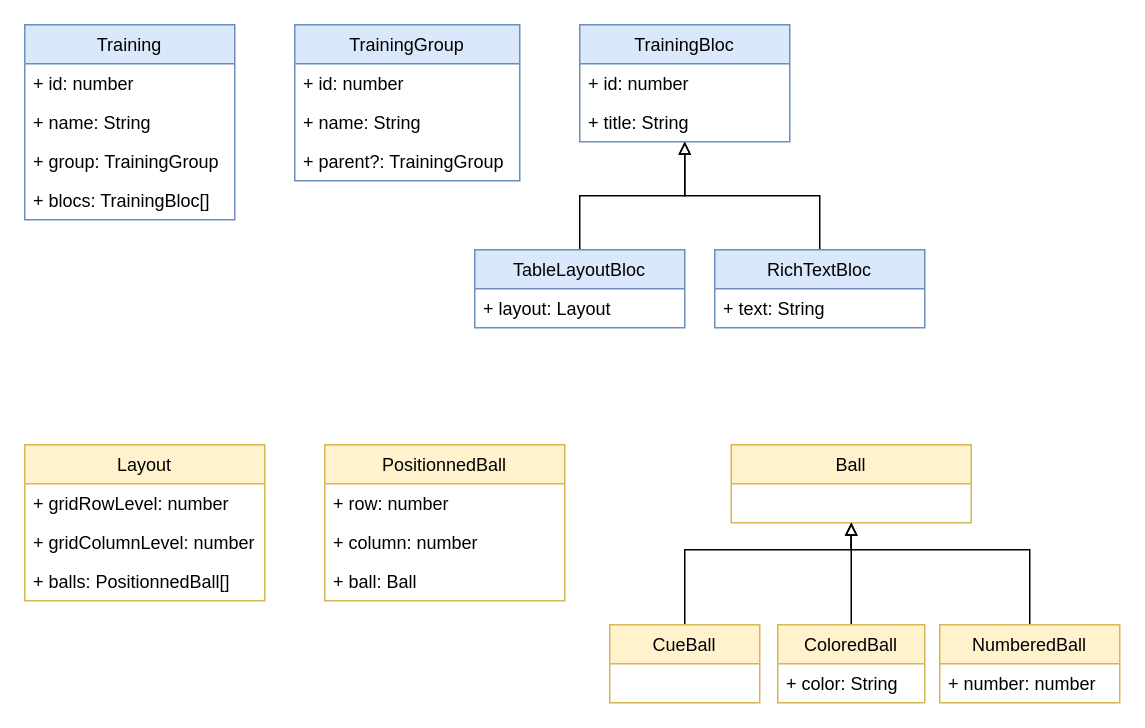
Before: project-resources/class-diagram.drawio in Jintus-live-projects/billard-training, a draw.io diagram. Source tidied: cells renumbered, new cells numbered last; positions are measured from the earlier drawing's top-left corner, leaving out a move shared by most shapes. Both pictures are drawn from the tidied source at 150%, with x=0, y=0 at pixel (24, 24).
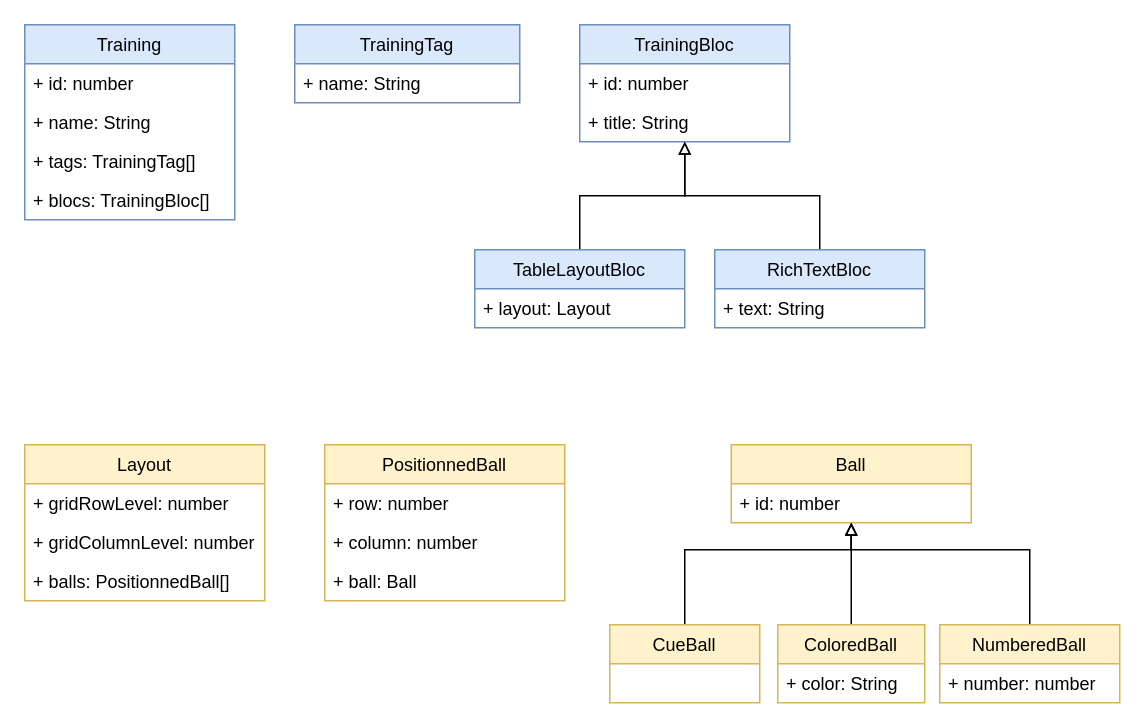
After the change.

Commit message:
docs(class-diagram): switch TrainingGroup to TrainingTag

The change refers to these unchanged cells:
```xml
<mxCell id="2" value="Training" style="swimlane;fontStyle=0;horizontal=1;startSize=26;fillColor=#dae8fc;strokeColor=#6c8ebf;" parent="1" vertex="1">
  <mxGeometry width="140" height="130" as="geometry" />
</mxCell>
<mxCell id="24" value="Ball" style="swimlane;fontStyle=0;horizontal=1;startSize=26;fillColor=#fff2cc;strokeColor=#d6b656;" parent="1" vertex="1">
  <mxGeometry x="471" y="280" width="160" height="52" as="geometry" />
</mxCell>
```

What changed in the source:
```diff
@@
-    <mxCell id="5" value="+ group: TrainingGroup" style="text;strokeColor=none;fillColor=none;align=left;verticalAlign=top;spacingLeft=4;spacingRight=4;overflow=hidden;" parent="2" vertex="1">
+    <mxCell id="5" value="+ tags: TrainingTag[]" style="text;strokeColor=none;fillColor=none;align=left;verticalAlign=top;spacingLeft=4;spacingRight=4;overflow=hidden;" parent="2" vertex="1">
       <mxGeometry y="78" width="140" height="26" as="geometry" />
     </mxCell>
@@
+    <mxCell id="34" value="+ id: number" style="text;strokeColor=none;fillColor=none;align=left;verticalAlign=top;spacingLeft=4;spacingRight=4;overflow=hidden;" parent="24" vertex="1">
+      <mxGeometry y="26" width="160" height="26" as="geometry" />
+    </mxCell>
@@
-    <mxCell id="33" value="TrainingGroup" style="swimlane;fontStyle=0;horizontal=1;startSize=26;fillColor=#dae8fc;strokeColor=#6c8ebf;" parent="1" vertex="1">
-      <mxGeometry x="180" width="150" height="104" as="geometry" />
+    <mxCell id="33" value="TrainingTag" style="swimlane;fontStyle=0;horizontal=1;startSize=26;fillColor=#dae8fc;strokeColor=#6c8ebf;" parent="1" vertex="1">
+      <mxGeometry x="180" width="150" height="52" as="geometry" />
     </mxCell>
-    <mxCell id="34" value="+ id: number" style="text;strokeColor=none;fillColor=none;align=left;verticalAlign=top;spacingLeft=4;spacingRight=4;overflow=hidden;" parent="33" vertex="1">
-      <mxGeometry y="26" width="150" height="26" as="geometry" />
-    </mxCell>
     <mxCell id="35" value="+ name: String" style="text;strokeColor=none;fillColor=none;align=left;verticalAlign=top;spacingLeft=4;spacingRight=4;overflow=hidden;" parent="33" vertex="1">
-      <mxGeometry y="52" width="150" height="26" as="geometry" />
+      <mxGeometry y="26" width="150" height="26" as="geometry" />
     </mxCell>
-    <mxCell id="36" value="+ parent?: TrainingGroup" style="text;strokeColor=none;fillColor=none;align=left;verticalAlign=top;spacingLeft=4;spacingRight=4;overflow=hidden;" parent="33" vertex="1">
-      <mxGeometry y="78" width="150" height="26" as="geometry" />
-    </mxCell>
```
